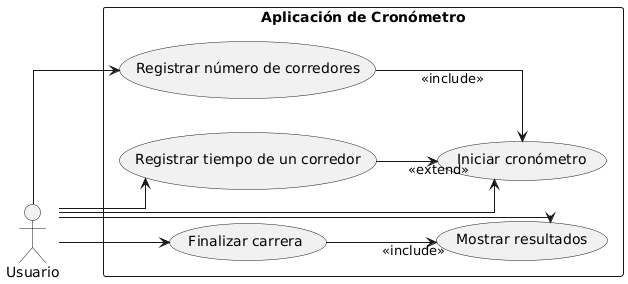
The PlantUML diagram Diagramas/Diagrama de caso de uso.png in josesalazart3/Tarea-2, before a commit. Its diagram source:
```plantuml
@startuml
left to right direction
skinparam linetype ortho

actor Usuario as U

rectangle "Aplicación de Cronómetro" {
    U --> (Registrar número de corredores)
    U --> (Iniciar cronómetro)
    U --> (Registrar tiempo de un corredor)
    U --> (Finalizar carrera)
    U --> (Mostrar resultados)

    (Registrar número de corredores) --> (Iniciar cronómetro) : <<include>>
    (Registrar tiempo de un corredor) --> (Iniciar cronómetro) : <<extend>>
    (Finalizar carrera) --> (Mostrar resultados) : <<include>>
}
@enduml
```
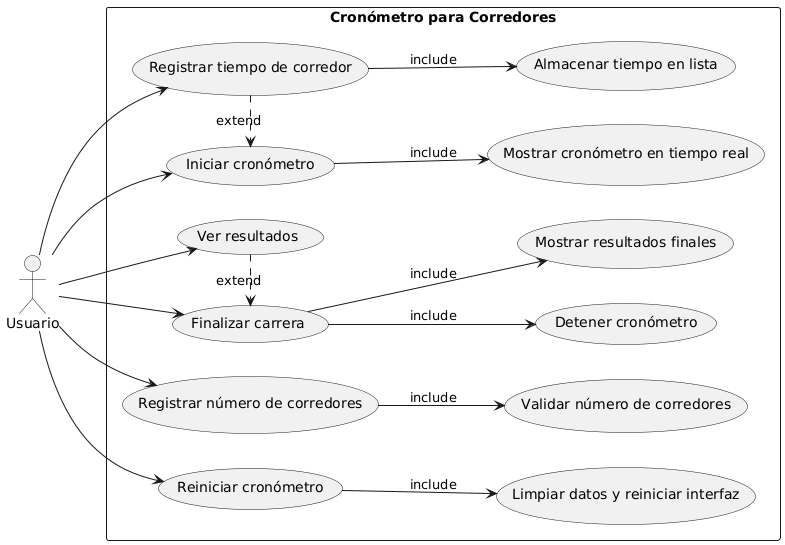
The same file after the commit.

The edit, as a diff of the source:
```diff
@@ -1,18 +1,23 @@
 @startuml
 left to right direction
-skinparam linetype ortho
+actor Usuario as User
 
-actor Usuario as U
+rectangle "Cronómetro para Corredores" {
+  User --> (Registrar número de corredores)
+  User --> (Iniciar cronómetro)
+  User --> (Registrar tiempo de corredor)
+  User --> (Finalizar carrera)
+  User --> (Reiniciar cronómetro)
+  User --> (Ver resultados)
 
-rectangle "Aplicación de Cronómetro" {
-    U --> (Registrar número de corredores)
-    U --> (Iniciar cronómetro)
-    U --> (Registrar tiempo de un corredor)
-    U --> (Finalizar carrera)
-    U --> (Mostrar resultados)
+  (Registrar número de corredores) --> (Validar número de corredores) : include
+  (Iniciar cronómetro) --> (Mostrar cronómetro en tiempo real) : include
+  (Registrar tiempo de corredor) --> (Almacenar tiempo en lista) : include
+  (Finalizar carrera) --> (Detener cronómetro) : include
+  (Finalizar carrera) --> (Mostrar resultados finales) : include
+  (Reiniciar cronómetro) --> (Limpiar datos y reiniciar interfaz) : include
 
-    (Registrar número de corredores) --> (Iniciar cronómetro) : <<include>>
-    (Registrar tiempo de un corredor) --> (Iniciar cronómetro) : <<extend>>
-    (Finalizar carrera) --> (Mostrar resultados) : <<include>>
+  (Registrar tiempo de corredor) .> (Iniciar cronómetro) : extend
+  (Ver resultados) .> (Finalizar carrera) : extend
 }
 @enduml
```
